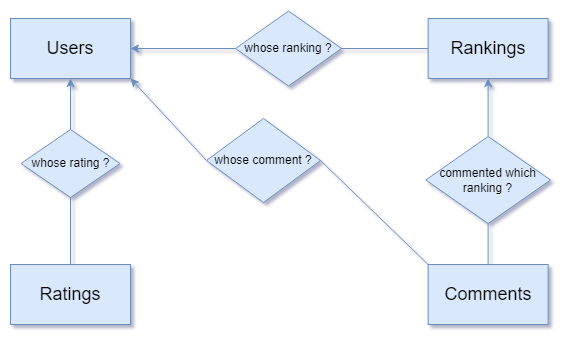
The draw.io diagram docs/erd_diagram.png in lukaszmichalik/flick-ranker, before a commit. Source tidied: cells renumbered, new cells last; positions are measured from the earlier drawing's top-left corner, leaving out a move shared by most shapes.
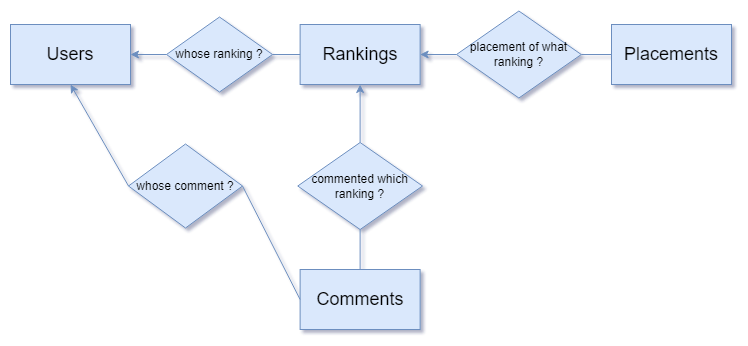
The same diagram one commit later.

The edit, as a diff of the source:
```diff
@@ -3,44 +3,32 @@
     <mxCell id="0" />
     <mxCell id="1" parent="0" />
     <mxCell id="2" value="&lt;font style=&quot;font-size: 18px;&quot;&gt;Users&lt;/font&gt;" style="rounded=0;whiteSpace=wrap;html=1;fillColor=#dae8fc;strokeColor=#6c8ebf;" parent="1" vertex="1">
-      <mxGeometry y="7" width="120" height="60" as="geometry" />
+      <mxGeometry x="128" y="7" width="120" height="60" as="geometry" />
     </mxCell>
     <mxCell id="3" value="&lt;font style=&quot;font-size: 18px;&quot;&gt;Rankings&lt;/font&gt;" style="rounded=0;whiteSpace=wrap;html=1;fillColor=#dae8fc;strokeColor=#6c8ebf;" parent="1" vertex="1">
       <mxGeometry x="417.6" y="7" width="120" height="60" as="geometry" />
     </mxCell>
     <mxCell id="4" value="&lt;font style=&quot;font-size: 18px;&quot;&gt;Comments&lt;/font&gt;" style="rounded=0;whiteSpace=wrap;html=1;perimeterSpacing=0;fillColor=#dae8fc;strokeColor=#6c8ebf;" parent="1" vertex="1">
-      <mxGeometry x="417.6" y="253" width="120" height="60" as="geometry" />
+      <mxGeometry x="417.6" y="252" width="120" height="60" as="geometry" />
     </mxCell>
-    <mxCell id="5" value="&lt;font style=&quot;font-size: 18px;&quot;&gt;Ratings&lt;/font&gt;" style="rounded=0;whiteSpace=wrap;html=1;fillColor=#dae8fc;strokeColor=#6c8ebf;" parent="1" vertex="1">
-      <mxGeometry y="253" width="120" height="60" as="geometry" />
-    </mxCell>
     <mxCell id="6" value="&lt;font style=&quot;font-size: 12px;&quot;&gt;whose ranking ?&lt;/font&gt;" style="rhombus;whiteSpace=wrap;html=1;fillColor=#dae8fc;strokeColor=#6c8ebf;" parent="1" vertex="1">
-      <mxGeometry x="225" y="-0.5" width="106" height="75" as="geometry" />
+      <mxGeometry x="284" y="-0.5" width="106" height="75" as="geometry" />
     </mxCell>
     <mxCell id="7" style="endArrow=none;html=1;rounded=0;entryX=1;entryY=0.5;entryDx=0;entryDy=0;exitX=0;exitY=0.5;exitDx=0;exitDy=0;fillColor=#dae8fc;strokeColor=#6c8ebf;" parent="1" edge="1" source="3" target="6">
       <mxGeometry relative="1" as="geometry" />
     </mxCell>
     <mxCell id="8" value="&lt;font style=&quot;font-size: 12px;&quot;&gt;whose comment ?&lt;/font&gt;" style="rhombus;whiteSpace=wrap;html=1;fillColor=#dae8fc;strokeColor=#6c8ebf;" parent="1" vertex="1">
-      <mxGeometry x="196" y="107" width="114" height="84" as="geometry" />
+      <mxGeometry x="246" y="126.5" width="114" height="84" as="geometry" />
     </mxCell>
-    <mxCell id="9" style="endArrow=none;html=1;rounded=0;entryX=1;entryY=0.5;entryDx=0;entryDy=0;exitX=0;exitY=0;exitDx=0;exitDy=0;fillColor=#dae8fc;strokeColor=#6c8ebf;" parent="1" edge="1" source="4" target="8">
+    <mxCell id="9" style="endArrow=none;html=1;rounded=0;entryX=1;entryY=0.5;entryDx=0;entryDy=0;exitX=0;exitY=0.5;exitDx=0;exitDy=0;fillColor=#dae8fc;strokeColor=#6c8ebf;" parent="1" edge="1" source="4" target="8">
       <mxGeometry relative="1" as="geometry" />
     </mxCell>
     <mxCell id="10" style="endArrow=classic;html=1;rounded=0;entryX=1;entryY=0.5;entryDx=0;entryDy=0;exitX=0;exitY=0.5;exitDx=0;exitDy=0;fillColor=#dae8fc;strokeColor=#6c8ebf;" parent="1" edge="1" source="6" target="2">
       <mxGeometry relative="1" as="geometry" />
     </mxCell>
-    <mxCell id="11" style="endArrow=classic;html=1;rounded=0;entryX=1;entryY=1;entryDx=0;entryDy=0;exitX=0;exitY=0.5;exitDx=0;exitDy=0;fillColor=#dae8fc;strokeColor=#6c8ebf;" parent="1" edge="1" source="8" target="2">
+    <mxCell id="11" style="endArrow=classic;html=1;rounded=0;entryX=0.5;entryY=1;entryDx=0;entryDy=0;exitX=0;exitY=0.5;exitDx=0;exitDy=0;fillColor=#dae8fc;strokeColor=#6c8ebf;" parent="1" edge="1" source="8" target="2">
       <mxGeometry relative="1" as="geometry" />
     </mxCell>
-    <mxCell id="12" style="endArrow=classic;html=1;rounded=0;exitX=0.5;exitY=0;exitDx=0;exitDy=0;entryX=0.5;entryY=1;entryDx=0;entryDy=0;fillColor=#dae8fc;strokeColor=#6c8ebf;" parent="1" edge="1" source="13" target="2">
-      <mxGeometry relative="1" as="geometry" />
-    </mxCell>
-    <mxCell id="13" value="&lt;font style=&quot;font-size: 12px;&quot;&gt;whose rating ?&lt;/font&gt;" style="rhombus;whiteSpace=wrap;html=1;fillColor=#dae8fc;strokeColor=#6c8ebf;" parent="1" vertex="1">
-      <mxGeometry x="10.5" y="118" width="99" height="68" as="geometry" />
-    </mxCell>
-    <mxCell id="14" style="endArrow=none;html=1;rounded=0;exitX=0.5;exitY=0;exitDx=0;exitDy=0;entryX=0.5;entryY=1;entryDx=0;entryDy=0;fillColor=#dae8fc;strokeColor=#6c8ebf;" parent="1" edge="1" source="5" target="13">
-      <mxGeometry relative="1" as="geometry" />
-    </mxCell>
     <mxCell id="15" value="&lt;font style=&quot;font-size: 12px;&quot;&gt;commented which ranking ?&lt;/font&gt;" style="rhombus;whiteSpace=wrap;html=1;fillColor=#dae8fc;strokeColor=#6c8ebf;" parent="1" vertex="1">
       <mxGeometry x="415.2" y="125" width="124.8" height="87" as="geometry" />
     </mxCell>
@@ -50,5 +38,17 @@
     <mxCell id="17" style="endArrow=classic;html=1;rounded=0;entryX=0.5;entryY=1;entryDx=0;entryDy=0;exitX=0.5;exitY=0;exitDx=0;exitDy=0;fillColor=#dae8fc;strokeColor=#6c8ebf;" parent="1" edge="1" source="15" target="3">
       <mxGeometry relative="1" as="geometry" />
     </mxCell>
+    <mxCell id="18" value="&lt;font style=&quot;font-size: 18px;&quot;&gt;Placements&lt;/font&gt;" style="rounded=0;whiteSpace=wrap;html=1;fillColor=#dae8fc;strokeColor=#6c8ebf;" parent="1" vertex="1">
+      <mxGeometry x="729" y="7" width="120" height="60" as="geometry" />
+    </mxCell>
+    <mxCell id="19" value="&lt;font style=&quot;font-size: 12px;&quot;&gt;placement of what ranking ?&lt;/font&gt;" style="rhombus;whiteSpace=wrap;html=1;fillColor=#dae8fc;strokeColor=#6c8ebf;" parent="1" vertex="1">
+      <mxGeometry x="574" y="-6.5" width="124.8" height="87" as="geometry" />
+    </mxCell>
+    <mxCell id="20" style="endArrow=none;html=1;rounded=0;entryX=1;entryY=0.5;entryDx=0;entryDy=0;exitX=0;exitY=0.5;exitDx=0;exitDy=0;fillColor=#dae8fc;strokeColor=#6c8ebf;" parent="1" edge="1" source="18" target="19">
+      <mxGeometry relative="1" as="geometry" />
+    </mxCell>
+    <mxCell id="21" style="endArrow=classic;html=1;rounded=0;entryX=1;entryY=0.5;entryDx=0;entryDy=0;exitX=0;exitY=0.5;exitDx=0;exitDy=0;fillColor=#dae8fc;strokeColor=#6c8ebf;" parent="1" edge="1" source="19" target="3">
+      <mxGeometry relative="1" as="geometry" />
+    </mxCell>
   </root>
 </mxGraphModel>
```
